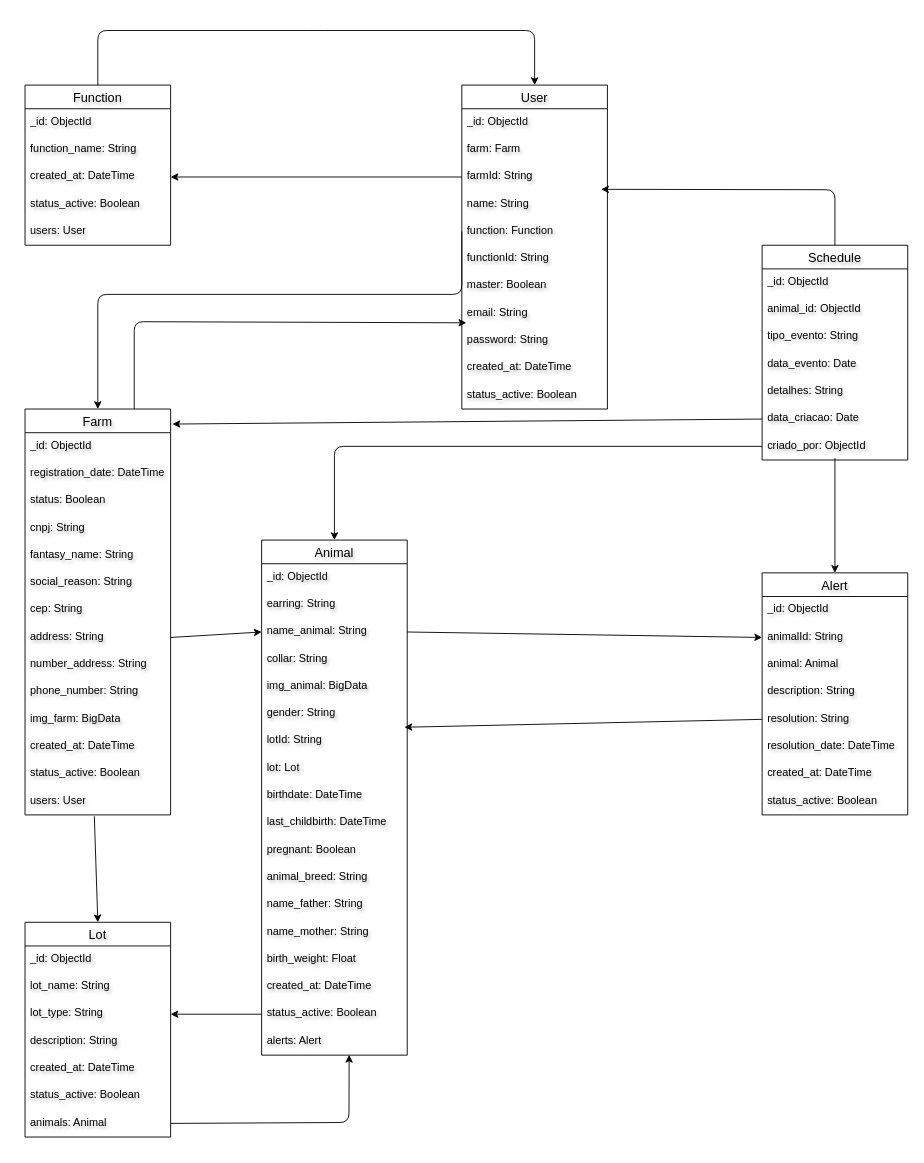
FatecFranca/DSM-G05-PI3-2024-2 keeps this draw.io diagram as docs/NoAM.drawio. Above is the earlier version. Source tidied: cells renumbered, new cells numbered last; positions are measured from the earlier drawing's top-left corner, leaving out a move shared by most shapes. Both pictures are drawn from the tidied source at 91%, with x=0, y=0 at pixel (25, 30).
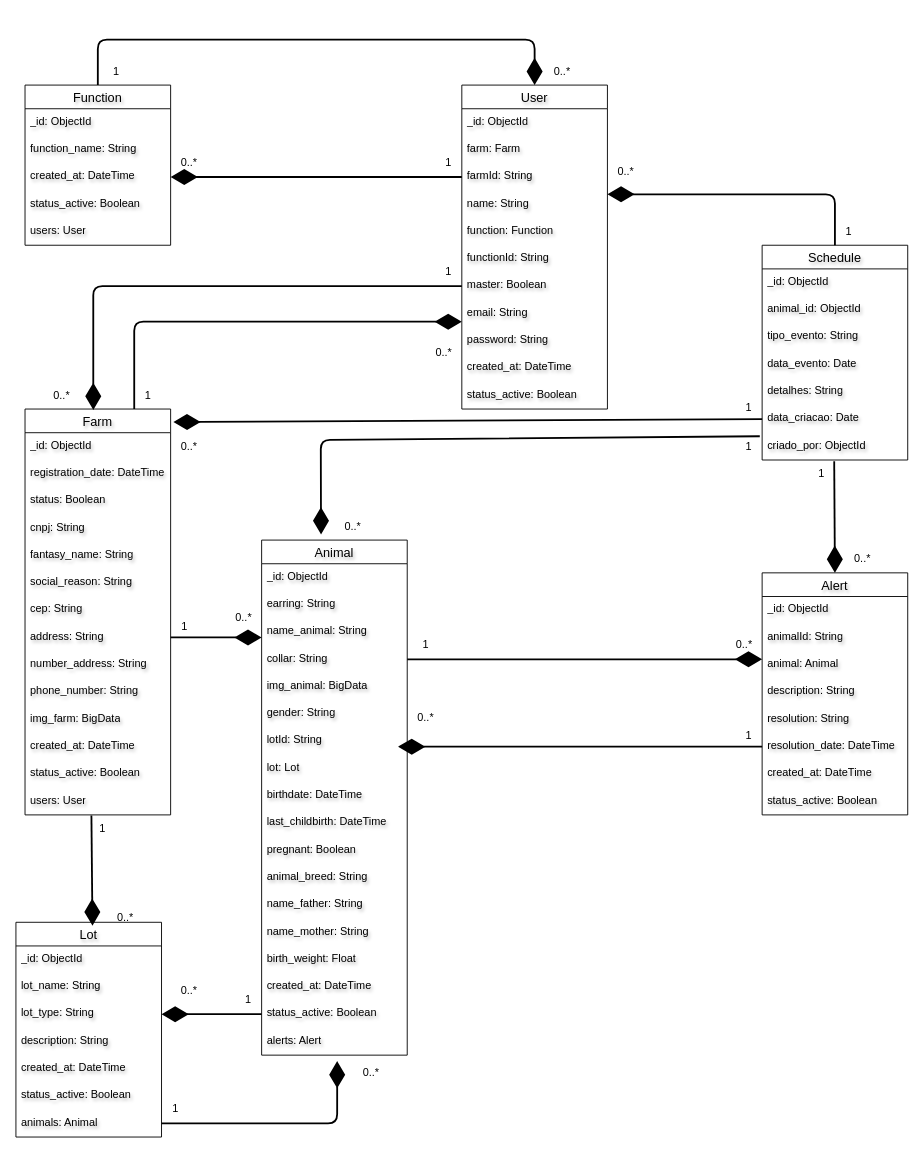
Above is the later version.

The change refers to these unchanged cells:
```xml
<mxCell id="2" value="User" style="swimlane;fontStyle=0;horizontal=1;startSize=26;align=center;fontSize=14;textShadow=1;" parent="1" vertex="1">
<mxCell id="5" value="farmId: String" style="text;strokeColor=none;fillColor=none;spacingLeft=4;spacingRight=4;overflow=hidden;points=[[0,0.5],[1,0.5]];portConstraint=eastwest;fontSize=12;whiteSpace=wrap;html=1;textShadow=1;" parent="2" vertex="1">
<mxCell id="6" value="name: String" style="text;strokeColor=none;fillColor=none;spacingLeft=4;spacingRight=4;overflow=hidden;points=[[0,0.5],[1,0.5]];portConstraint=eastwest;fontSize=12;whiteSpace=wrap;html=1;textShadow=1;" parent="2" vertex="1">
<mxCell id="7" value="function: Function" style="text;strokeColor=none;fillColor=none;spacingLeft=4;spacingRight=4;overflow=hidden;points=[[0,0.5],[1,0.5]];portConstraint=eastwest;fontSize=12;whiteSpace=wrap;html=1;textShadow=1;" parent="2" vertex="1">
<mxCell id="9" value="master: Boolean" style="text;strokeColor=none;fillColor=none;spacingLeft=4;spacingRight=4;overflow=hidden;points=[[0,0.5],[1,0.5]];portConstraint=eastwest;fontSize=12;whiteSpace=wrap;html=1;textShadow=1;" parent="2" vertex="1">
<mxCell id="11" value="password: String" style="text;strokeColor=none;fillColor=none;spacingLeft=4;spacingRight=4;overflow=hidden;points=[[0,0.5],[1,0.5]];portConstraint=eastwest;fontSize=12;whiteSpace=wrap;html=1;textShadow=1;" parent="2" vertex="1">
<mxCell id="15" value="Farm" style="swimlane;fontStyle=0;horizontal=1;startSize=26;align=center;fontSize=14;textShadow=1;" parent="1" vertex="1">
<mxCell id="23" value="address: String" style="text;strokeColor=none;fillColor=none;spacingLeft=4;spacingRight=4;overflow=hidden;points=[[0,0.5],[1,0.5]];portConstraint=eastwest;fontSize=12;whiteSpace=wrap;html=1;textShadow=1;" parent="15" vertex="1">
<mxCell id="29" value="users: User" style="text;strokeColor=none;fillColor=none;spacingLeft=4;spacingRight=4;overflow=hidden;points=[[0,0.5],[1,0.5]];portConstraint=eastwest;fontSize=12;whiteSpace=wrap;html=1;textShadow=1;" parent="15" vertex="1">
<mxCell id="30" value="Animal " style="swimlane;fontStyle=0;horizontal=1;startSize=26;align=center;fontSize=14;textShadow=1;" parent="1" vertex="1">
<mxCell id="33" value="name_animal: String" style="text;strokeColor=none;fillColor=none;spacingLeft=4;spacingRight=4;overflow=hidden;points=[[0,0.5],[1,0.5]];portConstraint=eastwest;fontSize=12;whiteSpace=wrap;html=1;textShadow=1;" parent="30" vertex="1">
<mxCell id="34" value="collar: String" style="text;strokeColor=none;fillColor=none;spacingLeft=4;spacingRight=4;overflow=hidden;points=[[0,0.5],[1,0.5]];portConstraint=eastwest;fontSize=12;whiteSpace=wrap;html=1;textShadow=1;" parent="30" vertex="1">
<mxCell id="36" value="gender: String" style="text;strokeColor=none;fillColor=none;spacingLeft=4;spacingRight=4;overflow=hidden;points=[[0,0.5],[1,0.5]];portConstraint=eastwest;fontSize=12;whiteSpace=wrap;html=1;textShadow=1;" parent="30" vertex="1">
<mxCell id="47" value="status_active: Boolean" style="text;strokeColor=none;fillColor=none;spacingLeft=4;spacingRight=4;overflow=hidden;points=[[0,0.5],[1,0.5]];portConstraint=eastwest;fontSize=12;whiteSpace=wrap;html=1;textShadow=1;" parent="30" vertex="1">
<mxCell id="48" value="alerts: Alert" style="text;strokeColor=none;fillColor=none;spacingLeft=4;spacingRight=4;overflow=hidden;points=[[0,0.5],[1,0.5]];portConstraint=eastwest;fontSize=12;whiteSpace=wrap;html=1;textShadow=1;" parent="30" vertex="1">
<mxCell id="49" value="Alert" style="swimlane;fontStyle=0;horizontal=1;startSize=26;align=center;fontSize=14;textShadow=1;" parent="1" vertex="1">
<mxCell id="51" value="animalId: String" style="text;strokeColor=none;fillColor=none;spacingLeft=4;spacingRight=4;overflow=hidden;points=[[0,0.5],[1,0.5]];portConstraint=eastwest;fontSize=12;whiteSpace=wrap;html=1;textShadow=1;" parent="49" vertex="1">
<mxCell id="54" value="resolution: String" style="text;strokeColor=none;fillColor=none;spacingLeft=4;spacingRight=4;overflow=hidden;points=[[0,0.5],[1,0.5]];portConstraint=eastwest;fontSize=12;whiteSpace=wrap;html=1;textShadow=1;" parent="49" vertex="1">
<mxCell id="55" value="resolution_date: DateTime" style="text;strokeColor=none;fillColor=none;spacingLeft=4;spacingRight=4;overflow=hidden;points=[[0,0.5],[1,0.5]];portConstraint=eastwest;fontSize=12;whiteSpace=wrap;html=1;textShadow=1;" parent="49" vertex="1">
<mxCell id="59" value="Schedule" style="swimlane;fontStyle=0;horizontal=1;startSize=26;align=center;fontSize=14;textShadow=1;" parent="1" vertex="1">
<mxCell id="65" value="data_criacao: Date" style="text;strokeColor=none;fillColor=none;spacingLeft=4;spacingRight=4;overflow=hidden;points=[[0,0.5],[1,0.5]];portConstraint=eastwest;fontSize=12;whiteSpace=wrap;html=1;textShadow=1;" parent="59" vertex="1">
<mxCell id="66" value="criado_por: ObjectId" style="text;strokeColor=none;fillColor=none;spacingLeft=4;spacingRight=4;overflow=hidden;points=[[0,0.5],[1,0.5]];portConstraint=eastwest;fontSize=12;whiteSpace=wrap;html=1;textShadow=1;" parent="59" vertex="1">
<mxCell id="68" value="Function" style="swimlane;fontStyle=0;horizontal=1;startSize=26;align=center;fontSize=14;textShadow=1;" parent="1" vertex="1">
<mxCell id="71" value="created_at: DateTime" style="text;strokeColor=none;fillColor=none;spacingLeft=4;spacingRight=4;overflow=hidden;points=[[0,0.5],[1,0.5]];portConstraint=eastwest;fontSize=12;whiteSpace=wrap;html=1;textShadow=1;" parent="68" vertex="1">
<mxCell id="77" value="lot_type: String" style="text;strokeColor=none;fillColor=none;spacingLeft=4;spacingRight=4;overflow=hidden;points=[[0,0.5],[1,0.5]];portConstraint=eastwest;fontSize=12;whiteSpace=wrap;html=1;textShadow=1;" parent="74" vertex="1">
<mxCell id="81" value="animals: Animal" style="text;strokeColor=none;fillColor=none;spacingLeft=4;spacingRight=4;overflow=hidden;points=[[0,0.5],[1,0.5]];portConstraint=eastwest;fontSize=12;whiteSpace=wrap;html=1;textShadow=1;" parent="74" vertex="1">
```

What changed in the source:
```diff
@@
-    <mxCell id="14" style="edgeStyle=none;html=1;exitX=0.75;exitY=0;exitDx=0;exitDy=0;entryX=0.031;entryY=-0.159;entryDx=0;entryDy=0;entryPerimeter=0;" parent="1" edge="1" source="15" target="11">
-      <mxGeometry relative="1" as="geometry">
-        <Array as="points">
-          <mxPoint x="120" y="320" />
-        </Array>
-      </mxGeometry>
-    </mxCell>
@@
-    <mxCell id="58" style="edgeStyle=none;html=1;exitX=0.5;exitY=0;exitDx=0;exitDy=0;entryX=0.957;entryY=-0.048;entryDx=0;entryDy=0;entryPerimeter=0;" parent="1" edge="1" source="59" target="6">
-      <mxGeometry relative="1" as="geometry">
-        <Array as="points">
-          <mxPoint x="890" y="175" />
-        </Array>
-      </mxGeometry>
-    </mxCell>
@@
-    <mxCell id="67" style="edgeStyle=none;html=1;exitX=0.5;exitY=0;exitDx=0;exitDy=0;entryX=0.5;entryY=0;entryDx=0;entryDy=0;" parent="1" edge="1" source="68" target="2">
-      <mxGeometry relative="1" as="geometry">
-        <Array as="points">
-          <mxPoint x="80" />
-          <mxPoint x="320" />
-          <mxPoint x="560" />
-        </Array>
-      </mxGeometry>
-    </mxCell>
@@
     <mxCell id="74" value="Lot" style="swimlane;fontStyle=0;horizontal=1;startSize=26;align=center;fontSize=14;textShadow=1;" parent="1" vertex="1">
-      <mxGeometry y="980" width="160" height="236" as="geometry" />
+      <mxGeometry x="-10" y="980" width="160" height="236" as="geometry" />
     </mxCell>
@@
+    <mxCell id="93" style="endArrow=diamondThin;endFill=1;endSize=24;html=1;strokeWidth=2;entryX=0.5;entryY=0;entryDx=0;entryDy=0;exitX=0.495;exitY=1.047;exitDx=0;exitDy=0;exitPerimeter=0;" parent="1" edge="1" source="66" target="49">
+      <mxGeometry relative="1" as="geometry" />
+    </mxCell>
+    <mxCell id="94" value="0..*" style="text;html=1;align=center;verticalAlign=middle;strokeColor=none;fillColor=none;" parent="1" vertex="1">
+      <mxGeometry x="900" y="566" width="40" height="30" as="geometry" />
+    </mxCell>
+    <mxCell id="95" value="0..*" style="text;html=1;align=center;verticalAlign=middle;strokeColor=none;fillColor=none;" parent="1" vertex="1">
+      <mxGeometry x="770" y="660" width="40" height="30" as="geometry" />
+    </mxCell>
+    <mxCell id="96" value="0..*" style="text;html=1;align=center;verticalAlign=middle;strokeColor=none;fillColor=none;" parent="1" vertex="1">
+      <mxGeometry x="640" y="140" width="40" height="30" as="geometry" />
+    </mxCell>
+    <mxCell id="97" value="0..*" style="text;html=1;align=center;verticalAlign=middle;strokeColor=none;fillColor=none;" parent="1" vertex="1">
+      <mxGeometry x="570" y="30" width="40" height="30" as="geometry" />
+    </mxCell>
+    <mxCell id="98" value="0..*" style="text;html=1;align=center;verticalAlign=middle;strokeColor=none;fillColor=none;" parent="1" vertex="1">
+      <mxGeometry x="160" y="130" width="40" height="30" as="geometry" />
+    </mxCell>
+    <mxCell id="99" value="0..*" style="text;html=1;align=center;verticalAlign=middle;strokeColor=none;fillColor=none;" parent="1" vertex="1">
+      <mxGeometry x="20" y="386" width="40" height="30" as="geometry" />
+    </mxCell>
+    <mxCell id="100" value="0..*" style="text;html=1;align=center;verticalAlign=middle;strokeColor=none;fillColor=none;" parent="1" vertex="1">
+      <mxGeometry x="160" y="442" width="40" height="30" as="geometry" />
+    </mxCell>
+    <mxCell id="101" value="0..*" style="text;html=1;align=center;verticalAlign=middle;strokeColor=none;fillColor=none;" parent="1" vertex="1">
+      <mxGeometry x="160" y="1040" width="40" height="30" as="geometry" />
+    </mxCell>
+    <mxCell id="102" value="0..*" style="text;html=1;align=center;verticalAlign=middle;strokeColor=none;fillColor=none;" parent="1" vertex="1">
+      <mxGeometry x="360" y="1130" width="40" height="30" as="geometry" />
+    </mxCell>
+    <mxCell id="103" value="0..*" style="text;html=1;align=center;verticalAlign=middle;strokeColor=none;fillColor=none;" parent="1" vertex="1">
+      <mxGeometry x="340" y="530" width="40" height="30" as="geometry" />
+    </mxCell>
+    <mxCell id="104" style="endArrow=diamondThin;endFill=1;endSize=24;html=1;strokeWidth=2;exitX=0.5;exitY=0;exitDx=0;exitDy=0;" parent="1" edge="1" source="59">
+      <mxGeometry relative="1" as="geometry">
+        <mxPoint x="640" y="180" as="targetPoint" />
+        <Array as="points">
+          <mxPoint x="890" y="180" />
+        </Array>
+      </mxGeometry>
+    </mxCell>
+    <mxCell id="67" style="endArrow=diamondThin;endFill=1;endSize=24;html=1;strokeWidth=2;entryX=0.5;entryY=0;entryDx=0;entryDy=0;exitX=0.5;exitY=0;exitDx=0;exitDy=0;" parent="1" edge="1" source="68" target="2">
+      <mxGeometry relative="1" as="geometry">
+        <Array as="points">
+          <mxPoint x="80" y="10" />
+          <mxPoint x="320" y="10" />
+          <mxPoint x="560" y="10" />
+        </Array>
+      </mxGeometry>
+    </mxCell>
-    <mxCell id="82" style="edgeStyle=none;html=1;exitX=0;exitY=0.5;exitDx=0;exitDy=0;entryX=1;entryY=0.5;entryDx=0;entryDy=0;" parent="1" edge="1" source="5" target="71">
+    <mxCell id="82" style="endArrow=diamondThin;endFill=1;endSize=24;html=1;strokeWidth=2;entryX=1;entryY=0.5;entryDx=0;entryDy=0;exitX=0;exitY=0.5;exitDx=0;exitDy=0;" parent="1" edge="1" source="5" target="71">
       <mxGeometry relative="1" as="geometry" />
     </mxCell>
-    <mxCell id="83" style="edgeStyle=none;html=1;exitX=0;exitY=0.5;exitDx=0;exitDy=0;entryX=0.5;entryY=0;entryDx=0;entryDy=0;" parent="1" edge="1" source="7" target="15">
-      <mxGeometry relative="1" as="geometry">
-        <Array as="points">
-          <mxPoint x="480" y="290" />
-          <mxPoint x="80" y="290" />
-        </Array>
-      </mxGeometry>
-    </mxCell>
+    <mxCell id="105" value="0..*" style="text;html=1;align=center;verticalAlign=middle;strokeColor=none;fillColor=none;" parent="1" vertex="1">
+      <mxGeometry x="440" y="339" width="40" height="30" as="geometry" />
+    </mxCell>
+    <mxCell id="106" style="endArrow=diamondThin;endFill=1;endSize=24;html=1;strokeWidth=2;exitX=0.75;exitY=0;exitDx=0;exitDy=0;" parent="1" edge="1" source="15">
+      <mxGeometry relative="1" as="geometry">
+        <mxPoint x="480" y="320" as="targetPoint" />
+        <Array as="points">
+          <mxPoint x="120" y="320" />
+        </Array>
+      </mxGeometry>
+    </mxCell>
+    <mxCell id="107" style="endArrow=diamondThin;endFill=1;endSize=24;html=1;strokeWidth=2;exitX=0;exitY=0.5;exitDx=0;exitDy=0;" parent="1" edge="1" source="9">
+      <mxGeometry relative="1" as="geometry">
+        <mxPoint x="75" y="417" as="targetPoint" />
+        <Array as="points">
+          <mxPoint x="75" y="281" />
+        </Array>
+      </mxGeometry>
+    </mxCell>
+    <mxCell id="108" style="endArrow=diamondThin;endFill=1;endSize=24;html=1;strokeWidth=2;exitX=1;exitY=0.5;exitDx=0;exitDy=0;" parent="1" edge="1" source="23">
+      <mxGeometry relative="1" as="geometry">
+        <mxPoint x="260" y="667" as="targetPoint" />
+      </mxGeometry>
+    </mxCell>
+    <mxCell id="109" value="0..*" style="text;html=1;align=center;verticalAlign=middle;strokeColor=none;fillColor=none;" parent="1" vertex="1">
+      <mxGeometry x="220" y="630" width="40" height="30" as="geometry" />
+    </mxCell>
+    <mxCell id="110" style="endArrow=diamondThin;endFill=1;endSize=24;html=1;strokeWidth=2;exitX=0.456;exitY=1.019;exitDx=0;exitDy=0;exitPerimeter=0;entryX=0.103;entryY=1.122;entryDx=0;entryDy=0;entryPerimeter=0;" parent="1" edge="1" source="29">
+      <mxGeometry relative="1" as="geometry">
+        <mxPoint x="74.1" y="983.7" as="targetPoint" />
+      </mxGeometry>
+    </mxCell>
+    <mxCell id="111" value="0..*" style="text;html=1;align=center;verticalAlign=middle;strokeColor=none;fillColor=none;" parent="1" vertex="1">
+      <mxGeometry x="90" y="960" width="40" height="30" as="geometry" />
+    </mxCell>
+    <mxCell id="92" style="endArrow=diamondThin;endFill=1;endSize=24;html=1;strokeWidth=2;exitX=0;exitY=0.5;exitDx=0;exitDy=0;entryX=1;entryY=0.5;entryDx=0;entryDy=0;" parent="1" edge="1" source="47" target="77">
+      <mxGeometry relative="1" as="geometry" />
+    </mxCell>
+    <mxCell id="91" style="endArrow=diamondThin;endFill=1;endSize=24;html=1;strokeWidth=2;exitX=1;exitY=0.5;exitDx=0;exitDy=0;entryX=0.519;entryY=1.219;entryDx=0;entryDy=0;entryPerimeter=0;" parent="1" edge="1" source="81" target="48">
+      <mxGeometry relative="1" as="geometry">
+        <Array as="points">
+          <mxPoint x="343" y="1201" />
+        </Array>
+      </mxGeometry>
+    </mxCell>
+    <mxCell id="112" style="endArrow=diamondThin;endFill=1;endSize=24;html=1;strokeWidth=2;exitX=0;exitY=0.5;exitDx=0;exitDy=0;" parent="1" edge="1" source="55">
+      <mxGeometry relative="1" as="geometry">
+        <mxPoint x="410" y="787" as="targetPoint" />
+        <Array as="points">
+          <mxPoint x="600" y="787" />
+        </Array>
+      </mxGeometry>
+    </mxCell>
+    <mxCell id="113" value="0..*" style="text;html=1;align=center;verticalAlign=middle;strokeColor=none;fillColor=none;" parent="1" vertex="1">
+      <mxGeometry x="420" y="740" width="40" height="30" as="geometry" />
+    </mxCell>
+    <mxCell id="114" style="endArrow=diamondThin;endFill=1;endSize=24;html=1;strokeWidth=2;exitX=1;exitY=0.5;exitDx=0;exitDy=0;" parent="1" edge="1" source="34">
+      <mxGeometry relative="1" as="geometry">
+        <mxPoint x="810" y="691" as="targetPoint" />
+      </mxGeometry>
+    </mxCell>
+    <mxCell id="86" style="endArrow=diamondThin;endFill=1;endSize=24;html=1;strokeWidth=2;exitX=-0.016;exitY=0.13;exitDx=0;exitDy=0;exitPerimeter=0;entryX=0.408;entryY=-0.011;entryDx=0;entryDy=0;entryPerimeter=0;" parent="1" edge="1" source="66" target="30">
+      <mxGeometry relative="1" as="geometry">
+        <Array as="points">
+          <mxPoint x="325" y="450" />
+        </Array>
+      </mxGeometry>
+    </mxCell>
-    <mxCell id="84" style="edgeStyle=none;html=1;exitX=0;exitY=0.5;exitDx=0;exitDy=0;entryX=1.013;entryY=0.037;entryDx=0;entryDy=0;entryPerimeter=0;" parent="1" edge="1" source="65" target="15">
+    <mxCell id="84" style="endArrow=diamondThin;endFill=1;endSize=24;html=1;strokeWidth=2;exitX=0;exitY=0.5;exitDx=0;exitDy=0;entryX=1.019;entryY=0.032;entryDx=0;entryDy=0;entryPerimeter=0;" parent="1" edge="1" source="65" target="15">
       <mxGeometry relative="1" as="geometry" />
     </mxCell>
-    <mxCell id="85" style="edgeStyle=none;html=1;entryX=0.5;entryY=0;entryDx=0;entryDy=0;" parent="1" edge="1" target="49">
-      <mxGeometry relative="1" as="geometry">
-        <mxPoint x="890" y="470" as="sourcePoint" />
-      </mxGeometry>
-    </mxCell>
-    <mxCell id="86" style="edgeStyle=none;html=1;exitX=0;exitY=0.5;exitDx=0;exitDy=0;entryX=0.5;entryY=0;entryDx=0;entryDy=0;" parent="1" edge="1" source="66" target="30">
-      <mxGeometry relative="1" as="geometry">
-        <Array as="points">
-          <mxPoint x="340" y="457" />
-        </Array>
-      </mxGeometry>
-    </mxCell>
-    <mxCell id="87" style="edgeStyle=none;html=1;exitX=1;exitY=0.5;exitDx=0;exitDy=0;entryX=0;entryY=0.5;entryDx=0;entryDy=0;" parent="1" edge="1" source="33" target="51">
-      <mxGeometry relative="1" as="geometry" />
-    </mxCell>
-    <mxCell id="88" style="edgeStyle=none;html=1;exitX=0;exitY=0.5;exitDx=0;exitDy=0;entryX=0.981;entryY=0.989;entryDx=0;entryDy=0;entryPerimeter=0;" parent="1" edge="1" source="54" target="36">
-      <mxGeometry relative="1" as="geometry" />
-    </mxCell>
-    <mxCell id="89" style="edgeStyle=none;html=1;exitX=1;exitY=0.5;exitDx=0;exitDy=0;entryX=0;entryY=0.5;entryDx=0;entryDy=0;" parent="1" edge="1" source="23" target="33">
-      <mxGeometry relative="1" as="geometry" />
-    </mxCell>
-    <mxCell id="90" style="edgeStyle=none;html=1;exitX=0.476;exitY=1.048;exitDx=0;exitDy=0;entryX=0.5;entryY=0;entryDx=0;entryDy=0;exitPerimeter=0;" parent="1" edge="1" source="29" target="74">
-      <mxGeometry relative="1" as="geometry" />
-    </mxCell>
-    <mxCell id="91" style="edgeStyle=none;html=1;exitX=1;exitY=0.5;exitDx=0;exitDy=0;entryX=0.601;entryY=0.989;entryDx=0;entryDy=0;entryPerimeter=0;" parent="1" edge="1" source="81" target="48">
-      <mxGeometry relative="1" as="geometry">
-        <Array as="points">
-          <mxPoint x="356" y="1200" />
-        </Array>
-      </mxGeometry>
-    </mxCell>
-    <mxCell id="92" style="edgeStyle=none;html=1;exitX=0;exitY=0.5;exitDx=0;exitDy=0;entryX=1;entryY=0.5;entryDx=0;entryDy=0;" parent="1" edge="1" source="47" target="77">
-      <mxGeometry relative="1" as="geometry" />
-    </mxCell>
+    <mxCell id="115" value="1" style="text;html=1;align=center;verticalAlign=middle;strokeColor=none;fillColor=none;" parent="1" vertex="1">
+      <mxGeometry x="85" y="30" width="30" height="30" as="geometry" />
+    </mxCell>
+    <mxCell id="116" value="1" style="text;html=1;align=center;verticalAlign=middle;strokeColor=none;fillColor=none;" parent="1" vertex="1">
+      <mxGeometry x="450" y="130" width="30" height="30" as="geometry" />
+    </mxCell>
+    <mxCell id="117" value="1" style="text;html=1;align=center;verticalAlign=middle;strokeColor=none;fillColor=none;" parent="1" vertex="1">
+      <mxGeometry x="450" y="250" width="30" height="30" as="geometry" />
+    </mxCell>
+    <mxCell id="118" value="1" style="text;html=1;align=center;verticalAlign=middle;strokeColor=none;fillColor=none;" parent="1" vertex="1">
+      <mxGeometry x="120" y="386" width="30" height="30" as="geometry" />
+    </mxCell>
+    <mxCell id="119" value="1" style="text;html=1;align=center;verticalAlign=middle;strokeColor=none;fillColor=none;" parent="1" vertex="1">
+      <mxGeometry x="160" y="640" width="30" height="30" as="geometry" />
+    </mxCell>
+    <mxCell id="120" value="1" style="text;html=1;align=center;verticalAlign=middle;strokeColor=none;fillColor=none;" parent="1" vertex="1">
+      <mxGeometry x="70" y="862" width="30" height="30" as="geometry" />
+    </mxCell>
+    <mxCell id="121" value="1" style="text;html=1;align=center;verticalAlign=middle;strokeColor=none;fillColor=none;" parent="1" vertex="1">
+      <mxGeometry x="230" y="1050" width="30" height="30" as="geometry" />
+    </mxCell>
+    <mxCell id="122" value="1" style="text;html=1;align=center;verticalAlign=middle;strokeColor=none;fillColor=none;" parent="1" vertex="1">
+      <mxGeometry x="150" y="1170" width="30" height="30" as="geometry" />
+    </mxCell>
+    <mxCell id="123" value="1" style="text;html=1;align=center;verticalAlign=middle;strokeColor=none;fillColor=none;" parent="1" vertex="1">
+      <mxGeometry x="425" y="660" width="30" height="30" as="geometry" />
+    </mxCell>
+    <mxCell id="124" value="1" style="text;html=1;align=center;verticalAlign=middle;strokeColor=none;fillColor=none;" parent="1" vertex="1">
+      <mxGeometry x="780" y="760" width="30" height="30" as="geometry" />
+    </mxCell>
+    <mxCell id="125" value="1" style="text;html=1;align=center;verticalAlign=middle;strokeColor=none;fillColor=none;" parent="1" vertex="1">
+      <mxGeometry x="860" y="472" width="30" height="30" as="geometry" />
+    </mxCell>
+    <mxCell id="126" value="1" style="text;html=1;align=center;verticalAlign=middle;strokeColor=none;fillColor=none;" parent="1" vertex="1">
+      <mxGeometry x="780" y="442" width="30" height="30" as="geometry" />
+    </mxCell>
+    <mxCell id="127" value="1" style="text;html=1;align=center;verticalAlign=middle;strokeColor=none;fillColor=none;" parent="1" vertex="1">
+      <mxGeometry x="780" y="400" width="30" height="30" as="geometry" />
+    </mxCell>
+    <mxCell id="128" value="1" style="text;html=1;align=center;verticalAlign=middle;strokeColor=none;fillColor=none;" parent="1" vertex="1">
+      <mxGeometry x="890" y="206" width="30" height="30" as="geometry" />
+    </mxCell>
```
